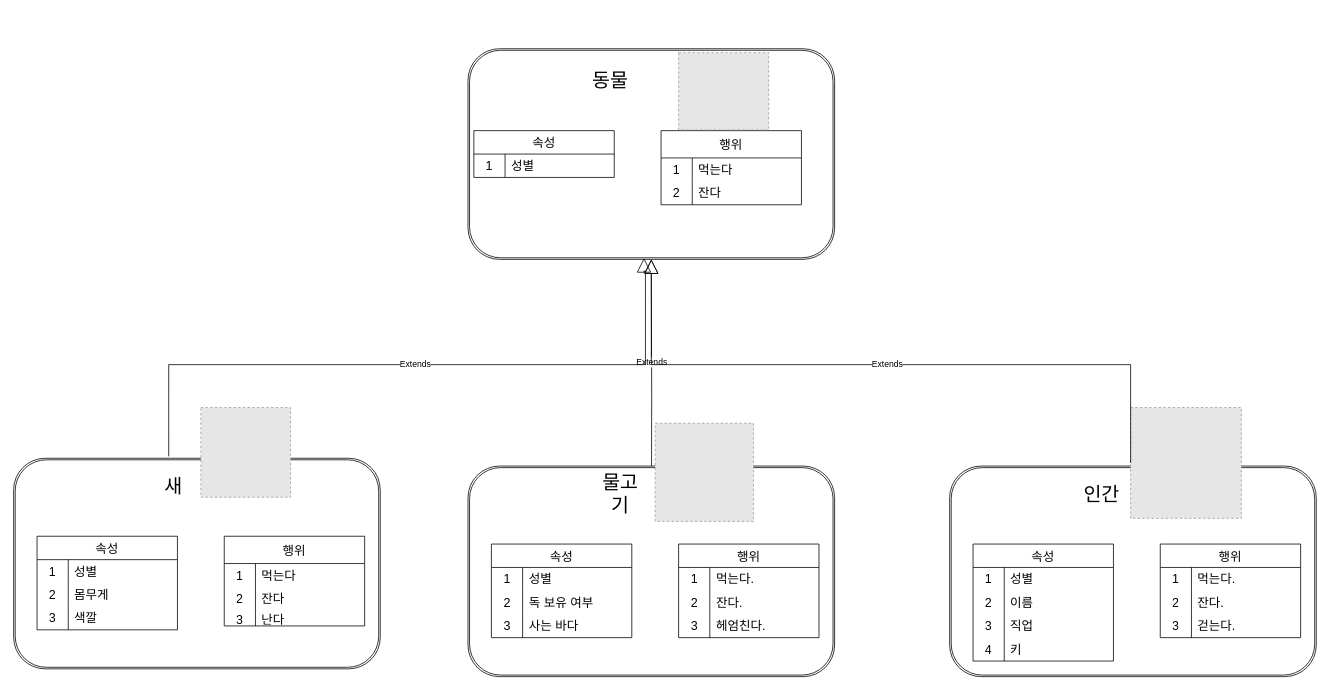
The draw.io diagram page "Page-1" (1 of 5) of Untitled Diagram.drawio in Biewoom/SuperCodingText, before the edit. Source tidied: cells renumbered, new cells numbered last; positions are measured from the earlier drawing's top-left corner, leaving out a move shared by most shapes. Both pictures are drawn from the tidied source at 78%, with x=0, y=0 at pixel (13, 48). Pictures stored in the file or linked from it are replaced by grey dashed boxes.
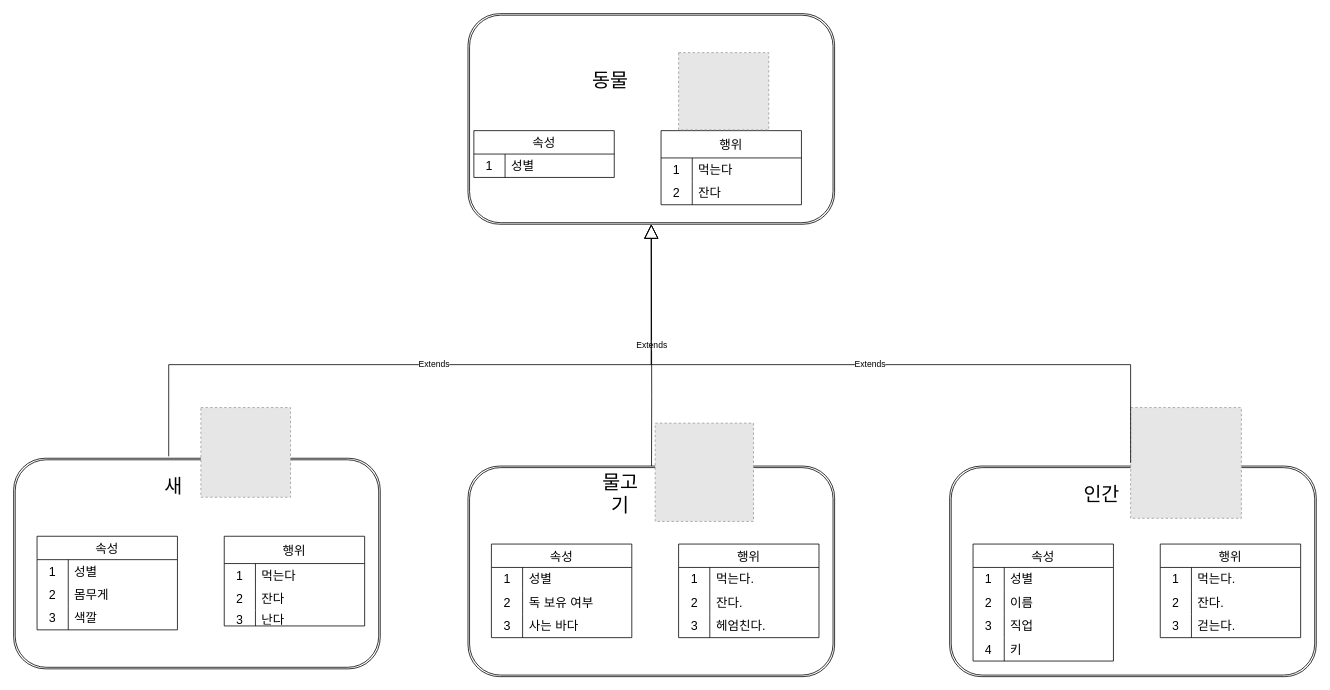
After the change.

The change refers to these unchanged cells:
```xml
<mxCell id="2" style="shape=ext;double=1;rounded=1;whiteSpace=wrap;html=1;" parent="1" vertex="1">
  <mxGeometry y="525" width="470" height="270" as="geometry" />
</mxCell>
<mxCell id="73" style="fillColor=#E6E6E6;strokeColor=#999999;dashed=1;verticalLabelPosition=bottom;labelBackgroundColor=default;verticalAlign=top;" parent="1" vertex="1">
  <mxGeometry x="1432" y="460" width="142" height="142" as="geometry" />
</mxCell>
```

What changed in the source:
```diff
@@
     <mxCell id="74" style="shape=ext;double=1;rounded=1;whiteSpace=wrap;html=1;" parent="1" vertex="1">
-      <mxGeometry x="582.5" width="470" height="270" as="geometry" />
+      <mxGeometry x="582.5" y="-45" width="470" height="270" as="geometry" />
     </mxCell>
@@
-    <mxCell id="89" value="Extends" style="endArrow=block;endSize=16;endFill=0;html=1;rounded=0;entryX=0.5;entryY=1;entryDx=0;entryDy=0;exitX=0;exitY=0.5;exitDx=0;exitDy=0;edgeStyle=orthogonalEdgeStyle;" parent="1" edge="1" source="73" target="74">
+    <mxCell id="89" value="Extends" style="endArrow=block;endSize=16;endFill=0;html=1;rounded=0;exitX=0;exitY=0.5;exitDx=0;exitDy=0;edgeStyle=orthogonalEdgeStyle;entryX=0.5;entryY=1;entryDx=0;entryDy=0;" parent="1" edge="1" source="73" target="74">
       <mxGeometry relative="1" as="geometry">
         <Array as="points">
           <mxPoint x="1432" y="405" />
           <mxPoint x="818" y="405" />
         </Array>
       </mxGeometry>
     </mxCell>
-    <mxCell id="90" value="Extends" style="endArrow=block;endSize=16;endFill=0;html=1;rounded=0;entryX=0.48;entryY=0.994;entryDx=0;entryDy=0;exitX=0.423;exitY=-0.009;exitDx=0;exitDy=0;entryPerimeter=0;exitPerimeter=0;edgeStyle=orthogonalEdgeStyle;" parent="1" edge="1" source="2" target="74">
+    <mxCell id="90" value="Extends" style="endArrow=block;endSize=16;endFill=0;html=1;rounded=0;exitX=0.423;exitY=-0.009;exitDx=0;exitDy=0;exitPerimeter=0;edgeStyle=orthogonalEdgeStyle;entryX=0.5;entryY=1;entryDx=0;entryDy=0;" parent="1" edge="1" source="2" target="74">
       <mxGeometry relative="1" as="geometry">
         <Array as="points">
           <mxPoint x="199" y="405" />
-          <mxPoint x="810" y="405" />
-          <mxPoint x="810" y="285" />
-          <mxPoint x="808" y="285" />
+          <mxPoint x="818" y="405" />
         </Array>
       </mxGeometry>
     </mxCell>
```
